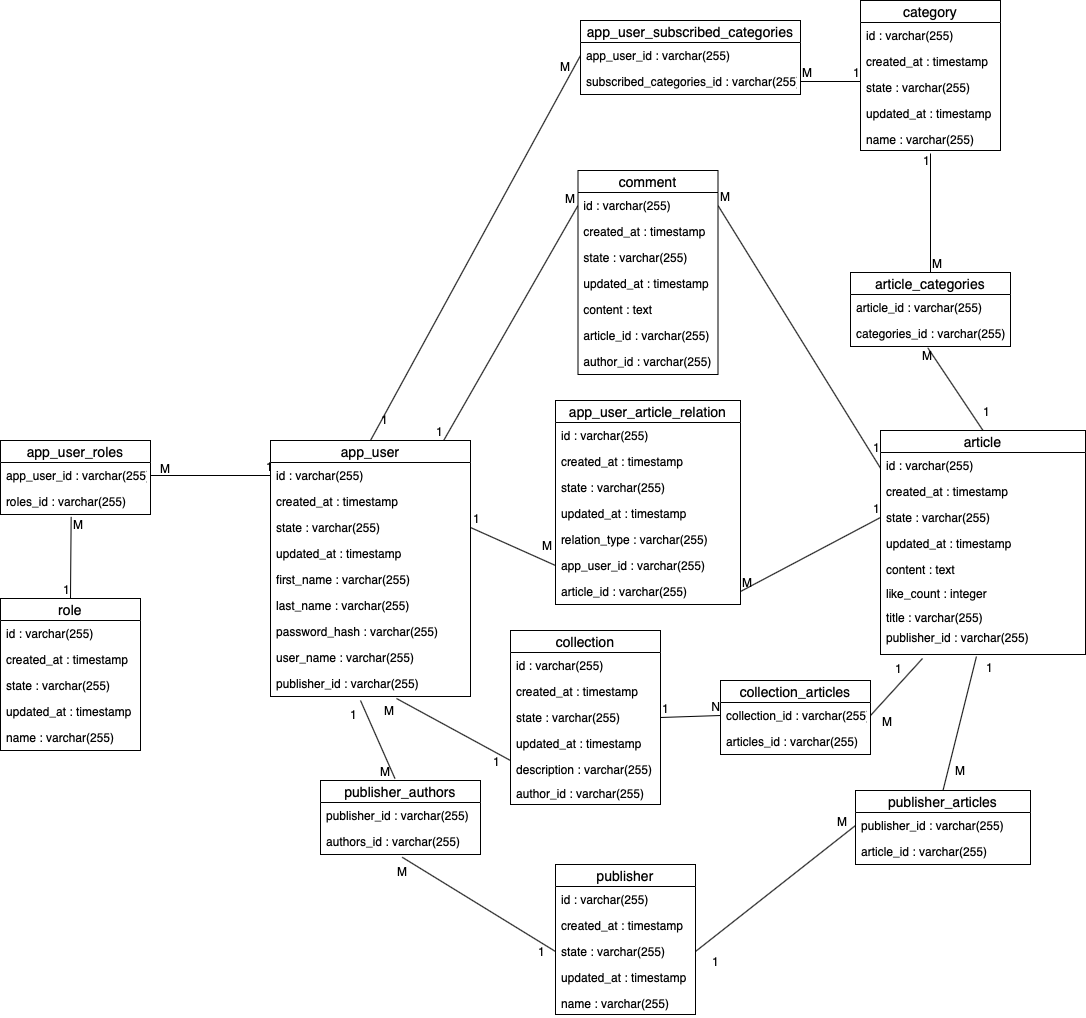
The draw.io diagram src/main/resources/data_model/physical_data_model.png in gersrobert/Publisher, before a commit. Source tidied: cells renumbered, new cells last; positions are measured from the earlier drawing's top-left corner, leaving out a move shared by most shapes.
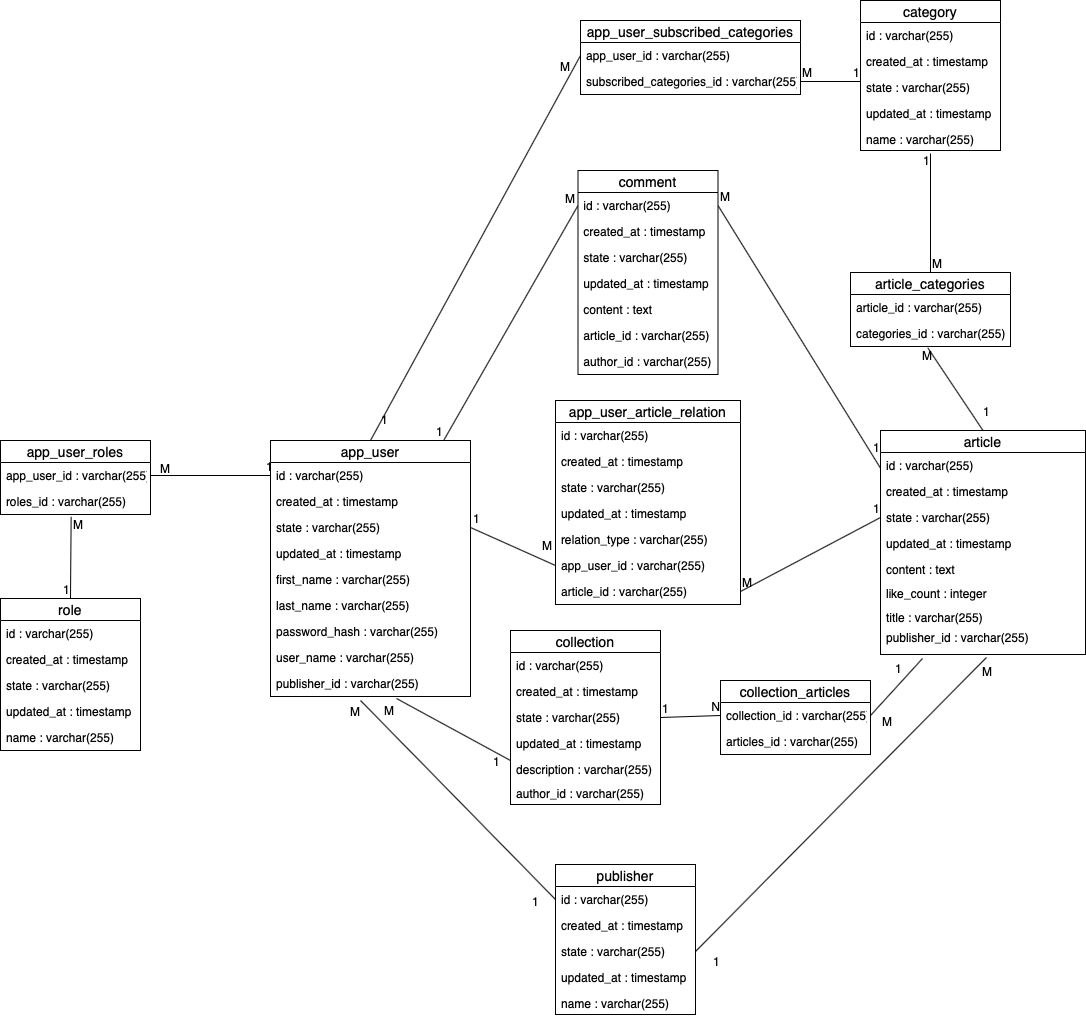
Above is the later version.

Commit message:
update of data models

Change to the diagram source:
```diff
@@ -50,12 +50,12 @@
     <mxCell id="17" value="publisher_id : varchar(255)" style="text;strokeColor=none;fillColor=none;spacingLeft=4;spacingRight=4;overflow=hidden;points=[[0,0.5],[1,0.5]];portConstraint=eastwest;fontSize=12;" parent="8" vertex="1">
       <mxGeometry y="230" width="200" height="26" as="geometry" />
     </mxCell>
-    <mxCell id="18" style="endArrow=none;html=1;rounded=0;entryX=1;entryY=0.5;entryDx=0;entryDy=0;exitX=0;exitY=0.5;exitDx=0;exitDy=0;" parent="1" edge="1" source="73" target="5">
+    <mxCell id="18" style="endArrow=none;html=1;rounded=0;entryX=1;entryY=0.5;entryDx=0;entryDy=0;exitX=0.517;exitY=1.1;exitDx=0;exitDy=0;exitPerimeter=0;" parent="1" edge="1" source="114" target="5">
       <mxGeometry relative="1" as="geometry" />
     </mxCell>
     <mxCell id="19" value="M" style="html=1;align=left;verticalAlign=bottom;" parent="18" vertex="1">
       <mxGeometry x="-1" relative="1" as="geometry">
-        <mxPoint x="-20" y="5" as="offset" />
+        <mxPoint x="-6" y="23" as="offset" />
       </mxGeometry>
     </mxCell>
     <mxCell id="20" value="1" style="html=1;align=right;verticalAlign=bottom;" parent="18" vertex="1">
@@ -84,19 +84,6 @@
         <mxPoint x="-6" as="offset" />
       </mxGeometry>
     </mxCell>
-    <mxCell id="26" style="endArrow=none;html=1;rounded=0;entryX=0;entryY=0.5;entryDx=0;entryDy=0;exitX=0.51;exitY=1.103;exitDx=0;exitDy=0;exitPerimeter=0;" parent="1" edge="1" source="80" target="5">
-      <mxGeometry relative="1" as="geometry" />
-    </mxCell>
-    <mxCell id="27" value="M" style="html=1;align=left;verticalAlign=bottom;" parent="26" vertex="1">
-      <mxGeometry x="-1" relative="1" as="geometry">
-        <mxPoint x="-6.5" y="23.3" as="offset" />
-      </mxGeometry>
-    </mxCell>
-    <mxCell id="28" value="1" style="html=1;align=right;verticalAlign=bottom;" parent="26" vertex="1">
-      <mxGeometry x="1" relative="1" as="geometry">
-        <mxPoint x="-9.8" y="9.2" as="offset" />
-      </mxGeometry>
-    </mxCell>
     <mxCell id="29" style="endArrow=none;html=1;rounded=0;entryX=0;entryY=0.5;entryDx=0;entryDy=0;exitX=1;exitY=0.5;exitDx=0;exitDy=0;" parent="1" edge="1" source="130" target="109">
       <mxGeometry relative="1" as="geometry" />
     </mxCell>
@@ -166,19 +153,19 @@
     <mxCell id="47" value="1" style="html=1;align=right;verticalAlign=bottom;" parent="45" vertex="1">
       <mxGeometry x="1" relative="1" as="geometry" />
     </mxCell>
-    <mxCell id="48" style="endArrow=none;html=1;rounded=0;entryX=0.466;entryY=-0.023;entryDx=0;entryDy=0;entryPerimeter=0;" parent="1" edge="1" target="78">
+    <mxCell id="48" style="endArrow=none;html=1;rounded=0;entryX=0;entryY=0.5;entryDx=0;entryDy=0;" parent="1" edge="1" target="3">
       <mxGeometry relative="1" as="geometry">
         <mxPoint x="360" y="700" as="sourcePoint" />
       </mxGeometry>
     </mxCell>
     <mxCell id="49" value="1" style="html=1;align=left;verticalAlign=bottom;" parent="48" vertex="1">
       <mxGeometry x="-1" relative="1" as="geometry">
-        <mxPoint x="-11.7" y="23" as="offset" />
+        <mxPoint x="170" y="210" as="offset" />
       </mxGeometry>
     </mxCell>
     <mxCell id="50" value="M" style="html=1;align=right;verticalAlign=bottom;" parent="48" vertex="1">
       <mxGeometry x="1" relative="1" as="geometry">
-        <mxPoint x="-4.9" y="1.4" as="offset" />
+        <mxPoint x="-195.3" y="-179.3" as="offset" />
       </mxGeometry>
     </mxCell>
     <mxCell id="51" style="endArrow=none;html=1;rounded=0;exitX=1;exitY=0.5;exitDx=0;exitDy=0;" parent="1" edge="1" source="68">
@@ -223,19 +210,6 @@
         <mxPoint x="7.5" y="-9.9" as="offset" />
       </mxGeometry>
     </mxCell>
-    <mxCell id="63" style="endArrow=none;html=1;rounded=0;exitX=0.5;exitY=0;exitDx=0;exitDy=0;entryX=0.468;entryY=1.067;entryDx=0;entryDy=0;entryPerimeter=0;" parent="1" edge="1" source="72" target="114">
-      <mxGeometry relative="1" as="geometry" />
-    </mxCell>
-    <mxCell id="64" value="M" style="html=1;align=left;verticalAlign=bottom;" parent="63" vertex="1">
-      <mxGeometry x="-1" relative="1" as="geometry">
-        <mxPoint x="10" y="-11" as="offset" />
-      </mxGeometry>
-    </mxCell>
-    <mxCell id="65" value="1" style="html=1;align=right;verticalAlign=bottom;" parent="63" vertex="1">
-      <mxGeometry x="1" relative="1" as="geometry">
-        <mxPoint x="16.7" y="20.4" as="offset" />
-      </mxGeometry>
-    </mxCell>
     <mxCell id="66" value="app_user_subscribed_categories" style="swimlane;fontStyle=0;horizontal=1;startSize=22;fillColor=none;swimlaneFillColor=#ffffff;align=center;fontSize=14;" parent="1" vertex="1">
       <mxGeometry x="580" y="20" width="220" height="74" as="geometry" />
     </mxCell>
@@ -254,15 +228,6 @@
     <mxCell id="71" value="categories_id : varchar(255)" style="text;strokeColor=none;fillColor=none;spacingLeft=4;spacingRight=4;overflow=hidden;points=[[0,0.5],[1,0.5]];portConstraint=eastwest;fontSize=12;" parent="69" vertex="1">
       <mxGeometry y="48" width="160" height="26" as="geometry" />
     </mxCell>
-    <mxCell id="72" value="publisher_articles" style="swimlane;fontStyle=0;horizontal=1;startSize=22;fillColor=none;swimlaneFillColor=#ffffff;align=center;fontSize=14;" parent="1" vertex="1">
-      <mxGeometry x="855" y="790" width="175" height="74" as="geometry" />
-    </mxCell>
-    <mxCell id="73" value="publisher_id : varchar(255)" style="text;strokeColor=none;fillColor=none;spacingLeft=4;spacingRight=4;overflow=hidden;points=[[0,0.5],[1,0.5]];portConstraint=eastwest;fontSize=12;" parent="72" vertex="1">
-      <mxGeometry y="22" width="175" height="26" as="geometry" />
-    </mxCell>
-    <mxCell id="74" value="article_id : varchar(255)" style="text;strokeColor=none;fillColor=none;spacingLeft=4;spacingRight=4;overflow=hidden;fontSize=12;" parent="72" vertex="1">
-      <mxGeometry y="48" width="175" height="26" as="geometry" />
-    </mxCell>
     <mxCell id="75" value="collection_articles" style="swimlane;fontStyle=0;horizontal=1;startSize=22;fillColor=none;swimlaneFillColor=#ffffff;align=center;fontSize=14;" parent="1" vertex="1">
       <mxGeometry x="720" y="680" width="150" height="74" as="geometry" />
     </mxCell>
@@ -272,15 +237,6 @@
     <mxCell id="77" value="articles_id : varchar(255)" style="text;strokeColor=none;fillColor=none;spacingLeft=4;spacingRight=4;overflow=hidden;fontSize=12;" parent="75" vertex="1">
       <mxGeometry y="48" width="150" height="26" as="geometry" />
     </mxCell>
-    <mxCell id="78" value="publisher_authors" style="swimlane;fontStyle=0;horizontal=1;startSize=22;fillColor=none;swimlaneFillColor=#ffffff;align=center;fontSize=14;" parent="1" vertex="1">
-      <mxGeometry x="320" y="780" width="160" height="74" as="geometry" />
-    </mxCell>
-    <mxCell id="79" value="publisher_id : varchar(255)" style="text;strokeColor=none;fillColor=none;spacingLeft=4;spacingRight=4;overflow=hidden;fontSize=12;" parent="78" vertex="1">
-      <mxGeometry y="22" width="160" height="26" as="geometry" />
-    </mxCell>
-    <mxCell id="80" value="authors_id : varchar(255)" style="text;strokeColor=none;fillColor=none;spacingLeft=4;spacingRight=4;overflow=hidden;points=[[0,0.5],[1,0.5]];portConstraint=eastwest;fontSize=12;" parent="78" vertex="1">
-      <mxGeometry y="48" width="160" height="26" as="geometry" />
-    </mxCell>
     <mxCell id="81" value="collection" style="swimlane;fontStyle=0;horizontal=1;startSize=22;fillColor=none;swimlaneFillColor=#ffffff;align=center;fontSize=14;" parent="1" vertex="1">
       <mxGeometry x="510" y="630" width="150" height="174" as="geometry" />
     </mxCell>
```
